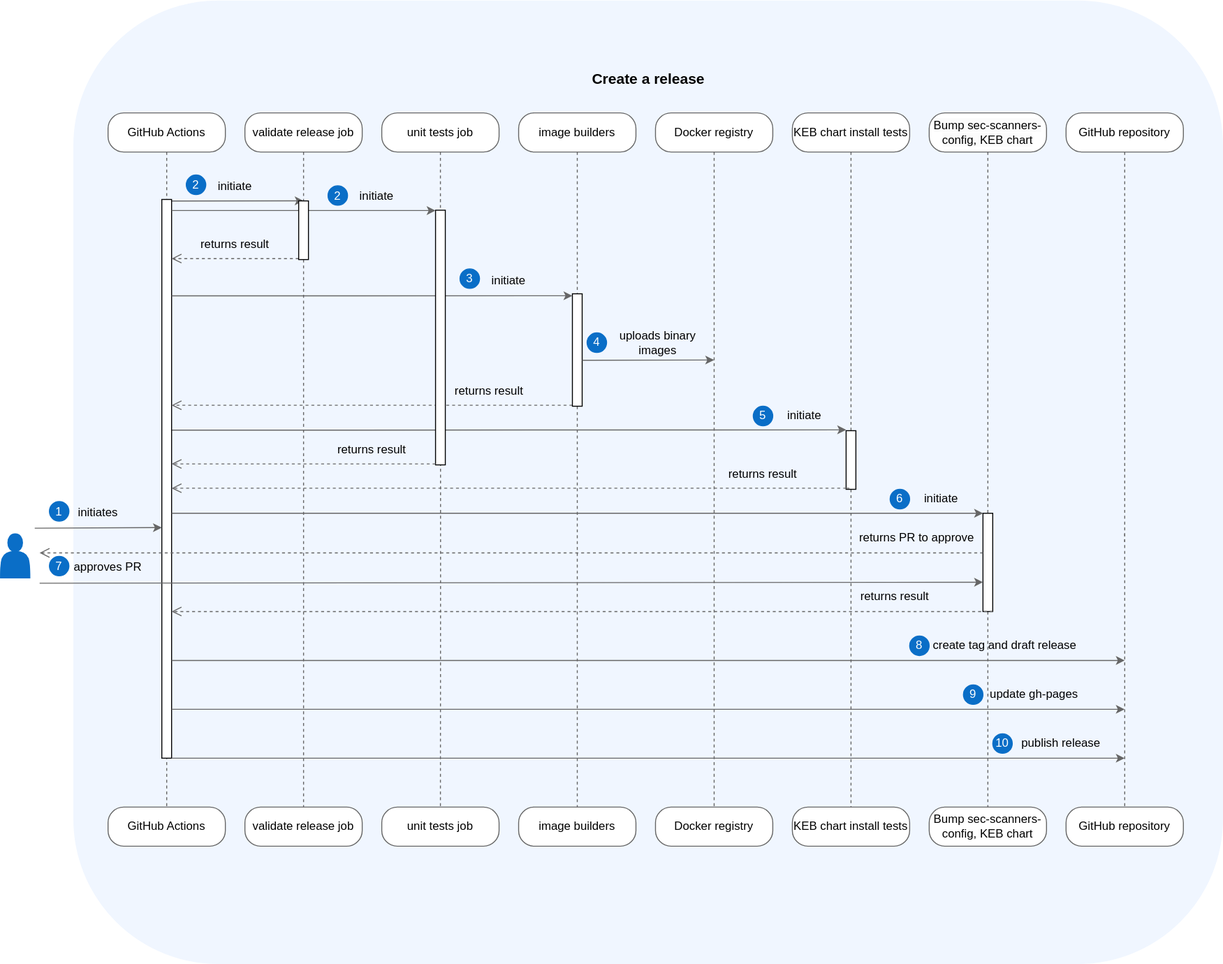
The draw.io diagram docs/assets/release.drawio.svg in ukff/kyma-environment-broker, before a commit. Source tidied: cells renumbered, new cells last; positions are measured from the earlier drawing's top-left corner, leaving out a move shared by most shapes.
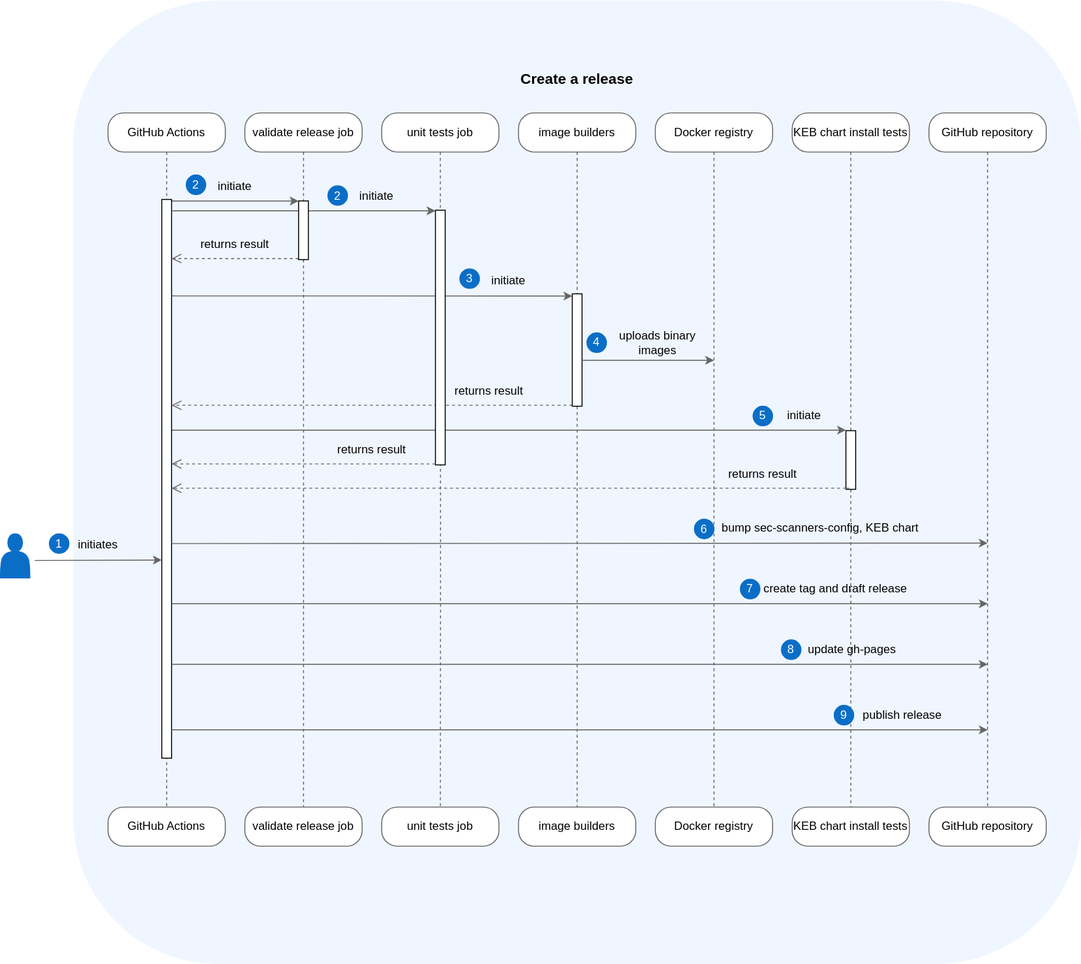
Above is the later version.

The edit, as a diff of the source:
```diff
@@ -3,7 +3,7 @@
     <mxCell id="0" />
     <mxCell id="1" parent="0" />
     <mxCell id="2" style="rounded=1;whiteSpace=wrap;html=1;fillColor=#f0f6ff;strokeColor=#f0f6ff;verticalAlign=bottom;" parent="1" vertex="1">
-      <mxGeometry x="75" y="-0.5" width="1175" height="984.5" as="geometry" />
+      <mxGeometry x="75" y="-0.5" width="1030" height="984.5" as="geometry" />
     </mxCell>
     <mxCell id="3" style="edgeStyle=orthogonalEdgeStyle;html=1;verticalAlign=bottom;endArrow=none;endSize=8;strokeColor=#666666;rounded=1;endFill=0;dashed=1;entryX=0.5;entryY=0;entryDx=0;entryDy=0;" parent="1" edge="1" target="8">
       <mxGeometry relative="1" as="geometry">
@@ -35,34 +35,20 @@
     <mxCell id="10" value="KEB chart install tests" style="rounded=1;whiteSpace=wrap;html=1;arcSize=40;fontColor=#000000;fillColor=#FFFFFF;strokeColor=#666666;" parent="1" vertex="1">
       <mxGeometry x="810" y="824" width="120" height="40" as="geometry" />
     </mxCell>
-    <mxCell id="11" value="&lt;meta charset=&quot;utf-8&quot;&gt;&lt;span style=&quot;color: rgb(0, 0, 0); font-family: Helvetica; font-size: 12px; font-style: normal; font-variant-ligatures: normal; font-variant-caps: normal; font-weight: 400; letter-spacing: normal; orphans: 2; text-align: center; text-indent: 0px; text-transform: none; widows: 2; word-spacing: 0px; -webkit-text-stroke-width: 0px; white-space: normal; background-color: rgb(251, 251, 251); text-decoration-thickness: initial; text-decoration-style: initial; text-decoration-color: initial; display: inline !important; float: none;&quot;&gt;Bump sec-scanners-config, KEB chart&lt;/span&gt;" style="rounded=1;whiteSpace=wrap;html=1;arcSize=40;fontColor=#000000;fillColor=#FFFFFF;strokeColor=#666666;" parent="1" vertex="1">
-      <mxGeometry x="950" y="114" width="120" height="40" as="geometry" />
-    </mxCell>
-    <mxCell id="12" style="edgeStyle=orthogonalEdgeStyle;html=1;verticalAlign=bottom;endArrow=none;endSize=8;strokeColor=#666666;rounded=1;entryX=0.5;entryY=0;entryDx=0;entryDy=0;endFill=0;dashed=1;" parent="1" edge="1" source="66" target="13">
-      <mxGeometry relative="1" as="geometry">
-        <Array as="points">
-          <mxPoint x="1010" y="724" />
-          <mxPoint x="1010" y="724" />
-        </Array>
-      </mxGeometry>
-    </mxCell>
-    <mxCell id="13" value="Bump sec-scanners-config, KEB chart" style="rounded=1;whiteSpace=wrap;html=1;arcSize=40;fontColor=#000000;fillColor=#FFFFFF;strokeColor=#666666;" parent="1" vertex="1">
-      <mxGeometry x="950" y="824" width="120" height="40" as="geometry" />
-    </mxCell>
     <mxCell id="14" value="&lt;div&gt;GitHub repository&lt;br&gt;&lt;/div&gt;" style="rounded=1;whiteSpace=wrap;html=1;arcSize=40;fontColor=#000000;fillColor=#FFFFFF;strokeColor=#666666;" parent="1" vertex="1">
-      <mxGeometry x="1090" y="114" width="120" height="40" as="geometry" />
+      <mxGeometry x="950" y="114" width="120" height="40" as="geometry" />
     </mxCell>
     <mxCell id="15" style="edgeStyle=orthogonalEdgeStyle;html=1;verticalAlign=bottom;endArrow=none;endSize=8;strokeColor=#666666;rounded=1;entryX=0.5;entryY=0;entryDx=0;entryDy=0;endFill=0;dashed=1;" parent="1" edge="1" target="16">
       <mxGeometry relative="1" as="geometry">
-        <mxPoint x="1150" y="544" as="sourcePoint" />
+        <mxPoint x="1010" y="544" as="sourcePoint" />
         <Array as="points">
-          <mxPoint x="1150" y="744" />
-          <mxPoint x="1150" y="744" />
+          <mxPoint x="1010" y="744" />
+          <mxPoint x="1010" y="744" />
         </Array>
       </mxGeometry>
     </mxCell>
     <mxCell id="16" value="GitHub repository" style="rounded=1;whiteSpace=wrap;html=1;arcSize=40;fontColor=#000000;fillColor=#FFFFFF;strokeColor=#666666;" parent="1" vertex="1">
-      <mxGeometry x="1090" y="824" width="120" height="40" as="geometry" />
+      <mxGeometry x="950" y="824" width="120" height="40" as="geometry" />
     </mxCell>
     <mxCell id="17" style="edgeStyle=elbowEdgeStyle;rounded=1;jettySize=auto;html=1;elbow=vertical;strokeColor=#666666;" parent="1" edge="1" target="64">
       <mxGeometry relative="1" as="geometry">
@@ -76,7 +62,7 @@
       </mxGeometry>
     </mxCell>
     <mxCell id="19" value="Create a release" style="text;html=1;strokeColor=none;fillColor=none;align=center;verticalAlign=middle;whiteSpace=wrap;rounded=0;fontSize=15;fontStyle=1;" parent="1" vertex="1">
-      <mxGeometry x="597.5" y="64" width="130" height="30" as="geometry" />
+      <mxGeometry x="525" y="64" width="130" height="30" as="geometry" />
     </mxCell>
     <mxCell id="20" value="initiate" style="text;html=1;strokeColor=none;fillColor=none;align=center;verticalAlign=middle;whiteSpace=wrap;rounded=0;" parent="1" vertex="1">
       <mxGeometry x="355" y="183.5" width="60" height="30" as="geometry" />
@@ -135,17 +121,11 @@
       </mxGeometry>
     </mxCell>
     <mxCell id="33" value="initiates" style="text;html=1;strokeColor=none;fillColor=none;align=center;verticalAlign=middle;whiteSpace=wrap;rounded=0;" parent="1" vertex="1">
-      <mxGeometry x="70" y="508" width="60" height="30" as="geometry" />
+      <mxGeometry x="70" y="541" width="60" height="30" as="geometry" />
     </mxCell>
     <mxCell id="34" value="&lt;font color=&quot;#ffffff&quot;&gt;1&lt;/font&gt;" style="ellipse;whiteSpace=wrap;html=1;fillColor=#0a6ec7;strokeColor=#0a6ec7;" parent="1" vertex="1">
-      <mxGeometry x="50" y="511.5" width="20" height="20" as="geometry" />
+      <mxGeometry x="50" y="544.5" width="20" height="20" as="geometry" />
     </mxCell>
-    <mxCell id="35" value="approves PR" style="text;html=1;strokeColor=none;fillColor=none;align=center;verticalAlign=middle;whiteSpace=wrap;rounded=0;" parent="1" vertex="1">
-      <mxGeometry x="70" y="564" width="80" height="30" as="geometry" />
-    </mxCell>
-    <mxCell id="36" value="&lt;font color=&quot;#ffffff&quot;&gt;7&lt;/font&gt;" style="ellipse;whiteSpace=wrap;html=1;fillColor=#0a6ec7;strokeColor=#0a6ec7;" parent="1" vertex="1">
-      <mxGeometry x="50" y="567.5" width="20" height="20" as="geometry" />
-    </mxCell>
     <mxCell id="37" value="initiate" style="text;html=1;strokeColor=none;fillColor=none;align=center;verticalAlign=middle;whiteSpace=wrap;rounded=0;" parent="1" vertex="1">
       <mxGeometry x="800" y="408.5" width="45" height="30" as="geometry" />
     </mxCell>
@@ -163,27 +143,29 @@
         </Array>
       </mxGeometry>
     </mxCell>
-    <mxCell id="41" style="edgeStyle=elbowEdgeStyle;rounded=1;jettySize=auto;html=1;elbow=vertical;strokeColor=#666666;" parent="1" edge="1" target="66">
+    <mxCell id="41" style="edgeStyle=elbowEdgeStyle;rounded=1;orthogonalLoop=1;jettySize=auto;html=1;elbow=vertical;strokeColor=#666666;" parent="1" edge="1">
       <mxGeometry relative="1" as="geometry">
-        <mxPoint x="175" y="523.5" as="sourcePoint" />
+        <mxPoint x="175" y="554.5" as="sourcePoint" />
+        <mxPoint x="1010" y="554" as="targetPoint" />
         <Array as="points">
-          <mxPoint x="410" y="523.5" />
+          <mxPoint x="1050" y="554" />
         </Array>
       </mxGeometry>
     </mxCell>
-    <mxCell id="42" style="edgeStyle=elbowEdgeStyle;rounded=1;jettySize=auto;html=1;elbow=vertical;strokeColor=#666666;" parent="1" edge="1" source="27">
+    <mxCell id="42" style="edgeStyle=elbowEdgeStyle;rounded=1;orthogonalLoop=1;jettySize=auto;html=1;elbow=vertical;strokeColor=#666666;" parent="1" edge="1">
       <mxGeometry relative="1" as="geometry">
-        <mxPoint x="1150" y="774" as="targetPoint" />
+        <mxPoint x="175" y="745" as="sourcePoint" />
+        <mxPoint x="1010" y="745" as="targetPoint" />
         <Array as="points">
-          <mxPoint x="277.5" y="774" />
+          <mxPoint x="277.5" y="745" />
         </Array>
       </mxGeometry>
     </mxCell>
     <mxCell id="43" value="publish release" style="text;html=1;strokeColor=none;fillColor=none;align=center;verticalAlign=middle;whiteSpace=wrap;rounded=0;" parent="1" vertex="1">
-      <mxGeometry x="1030" y="744" width="110" height="30" as="geometry" />
+      <mxGeometry x="868" y="715" width="110" height="30" as="geometry" />
     </mxCell>
-    <mxCell id="44" value="&lt;font color=&quot;#ffffff&quot;&gt;10&lt;/font&gt;" style="ellipse;whiteSpace=wrap;html=1;fillColor=#0a6ec7;strokeColor=#0a6ec7;" parent="1" vertex="1">
-      <mxGeometry x="1015" y="749" width="20" height="20" as="geometry" />
+    <mxCell id="44" value="&lt;font color=&quot;#ffffff&quot;&gt;9&lt;/font&gt;" style="ellipse;whiteSpace=wrap;html=1;fillColor=#0a6ec7;strokeColor=#0a6ec7;" parent="1" vertex="1">
+      <mxGeometry x="853" y="720" width="20" height="20" as="geometry" />
     </mxCell>
     <mxCell id="45" value="image builders" style="rounded=1;whiteSpace=wrap;html=1;arcSize=40;fontColor=#000000;fillColor=#FFFFFF;strokeColor=#666666;" parent="1" vertex="1">
       <mxGeometry x="530" y="824" width="120" height="40" as="geometry" />
@@ -234,27 +216,28 @@
     </mxCell>
     <mxCell id="55" style="edgeStyle=orthogonalEdgeStyle;html=1;verticalAlign=bottom;endArrow=none;endSize=8;strokeColor=#666666;rounded=1;entryX=0.5;entryY=0;entryDx=0;entryDy=0;endFill=0;dashed=1;" parent="1" edge="1" source="14">
       <mxGeometry relative="1" as="geometry">
-        <mxPoint x="1150" y="553.5" as="targetPoint" />
+        <mxPoint x="1010" y="553.5" as="targetPoint" />
       </mxGeometry>
     </mxCell>
-    <mxCell id="56" style="edgeStyle=elbowEdgeStyle;rounded=1;jettySize=auto;html=1;elbow=vertical;strokeColor=#666666;" parent="1" edge="1" source="27">
+    <mxCell id="56" style="edgeStyle=elbowEdgeStyle;rounded=1;orthogonalLoop=1;jettySize=auto;html=1;elbow=vertical;strokeColor=#666666;" parent="1" edge="1">
       <mxGeometry relative="1" as="geometry">
-        <mxPoint x="1150" y="724" as="targetPoint" />
+        <mxPoint x="175" y="678" as="sourcePoint" />
+        <mxPoint x="1010" y="678" as="targetPoint" />
         <Array as="points">
-          <mxPoint x="277.5" y="724" />
+          <mxPoint x="277.5" y="678" />
         </Array>
       </mxGeometry>
     </mxCell>
     <mxCell id="57" value="update gh-pages" style="text;html=1;strokeColor=none;fillColor=none;align=center;verticalAlign=middle;whiteSpace=wrap;rounded=0;" parent="1" vertex="1">
-      <mxGeometry x="1000" y="694" width="115" height="30" as="geometry" />
+      <mxGeometry x="814" y="648" width="115" height="30" as="geometry" />
     </mxCell>
-    <mxCell id="58" value="&lt;font color=&quot;#ffffff&quot;&gt;9&lt;/font&gt;" style="ellipse;whiteSpace=wrap;html=1;fillColor=#0a6ec7;strokeColor=#0a6ec7;" parent="1" vertex="1">
-      <mxGeometry x="985" y="699" width="20" height="20" as="geometry" />
+    <mxCell id="58" value="&lt;font color=&quot;#ffffff&quot;&gt;8&lt;/font&gt;" style="ellipse;whiteSpace=wrap;html=1;fillColor=#0a6ec7;strokeColor=#0a6ec7;" parent="1" vertex="1">
+      <mxGeometry x="799" y="653" width="20" height="20" as="geometry" />
     </mxCell>
     <mxCell id="59" style="edgeStyle=elbowEdgeStyle;rounded=1;orthogonalLoop=1;jettySize=auto;html=1;elbow=vertical;strokeColor=#666666;" parent="1" edge="1">
       <mxGeometry relative="1" as="geometry">
-        <mxPoint x="35" y="538.8" as="sourcePoint" />
-        <mxPoint x="165" y="538.7" as="targetPoint" />
+        <mxPoint x="35" y="571.8" as="sourcePoint" />
+        <mxPoint x="165" y="571.7" as="targetPoint" />
       </mxGeometry>
     </mxCell>
     <mxCell id="60" style="edgeStyle=orthogonalEdgeStyle;html=1;verticalAlign=bottom;endArrow=none;endSize=8;strokeColor=#666666;rounded=1;endFill=0;dashed=1;" parent="1" edge="1" source="23" target="61">
@@ -279,12 +262,6 @@
     <mxCell id="64" style="html=1;points=[];perimeter=orthogonalPerimeter;outlineConnect=0;targetShapes=umlLifeline;portConstraint=eastwest;newEdgeStyle={&quot;edgeStyle&quot;:&quot;elbowEdgeStyle&quot;,&quot;elbow&quot;:&quot;vertical&quot;,&quot;curved&quot;:0,&quot;rounded&quot;:0};" parent="1" vertex="1">
       <mxGeometry x="305" y="204" width="10" height="60" as="geometry" />
     </mxCell>
-    <mxCell id="65" style="edgeStyle=orthogonalEdgeStyle;html=1;verticalAlign=bottom;endArrow=none;endSize=8;strokeColor=#666666;rounded=1;entryX=0.5;entryY=0;entryDx=0;entryDy=0;endFill=0;dashed=1;" parent="1" edge="1" source="11" target="66">
-      <mxGeometry relative="1" as="geometry" />
-    </mxCell>
-    <mxCell id="66" style="html=1;points=[];perimeter=orthogonalPerimeter;outlineConnect=0;targetShapes=umlLifeline;portConstraint=eastwest;newEdgeStyle={&quot;edgeStyle&quot;:&quot;elbowEdgeStyle&quot;,&quot;elbow&quot;:&quot;vertical&quot;,&quot;curved&quot;:0,&quot;rounded&quot;:0};" parent="1" vertex="1">
-      <mxGeometry x="1005" y="523.5" width="10" height="100.5" as="geometry" />
-    </mxCell>
     <mxCell id="67" style="edgeStyle=orthogonalEdgeStyle;html=1;verticalAlign=bottom;endArrow=none;endSize=8;strokeColor=#666666;rounded=1;endFill=0;dashed=1;entryX=0.5;entryY=0;entryDx=0;entryDy=0;exitX=0.5;exitY=1;exitDx=0;exitDy=0;" parent="1" edge="1" source="24" target="68">
       <mxGeometry relative="1" as="geometry" />
     </mxCell>
@@ -332,59 +309,26 @@
     <mxCell id="77" value="returns result" style="text;html=1;strokeColor=none;fillColor=none;align=center;verticalAlign=middle;whiteSpace=wrap;rounded=0;" parent="1" vertex="1">
       <mxGeometry x="340" y="444" width="80" height="30" as="geometry" />
     </mxCell>
-    <mxCell id="78" value="initiate" style="text;html=1;strokeColor=none;fillColor=none;align=center;verticalAlign=middle;whiteSpace=wrap;rounded=0;" parent="1" vertex="1">
-      <mxGeometry x="940" y="493.5" width="45" height="30" as="geometry" />
+    <mxCell id="78" value="bump sec-scanners-config, KEB chart" style="text;html=1;strokeColor=none;fillColor=none;align=center;verticalAlign=middle;whiteSpace=wrap;rounded=0;" parent="1" vertex="1">
+      <mxGeometry x="734" y="524" width="210" height="30" as="geometry" />
     </mxCell>
     <mxCell id="79" value="&lt;font color=&quot;#ffffff&quot;&gt;6&lt;/font&gt;" style="ellipse;whiteSpace=wrap;html=1;fillColor=#0a6ec7;strokeColor=#0a6ec7;" parent="1" vertex="1">
-      <mxGeometry x="910" y="499" width="20" height="20" as="geometry" />
+      <mxGeometry x="710" y="529.5" width="20" height="20" as="geometry" />
     </mxCell>
-    <mxCell id="80" style="html=1;verticalAlign=bottom;endArrow=open;endSize=8;edgeStyle=elbowEdgeStyle;elbow=vertical;rounded=1;dashed=1;strokeColor=#666666;exitX=1;exitY=1;exitDx=0;exitDy=0;" parent="1" edge="1" source="81">
-      <mxGeometry relative="1" as="geometry">
-        <mxPoint x="40" y="564" as="targetPoint" />
-        <Array as="points">
-          <mxPoint x="1000" y="564" />
-          <mxPoint x="1015.5" y="563.9" />
-        </Array>
-      </mxGeometry>
-    </mxCell>
-    <mxCell id="81" value="returns PR to approve" style="text;html=1;strokeColor=none;fillColor=none;align=center;verticalAlign=middle;whiteSpace=wrap;rounded=0;" parent="1" vertex="1">
-      <mxGeometry x="870" y="534" width="135" height="30" as="geometry" />
-    </mxCell>
-    <mxCell id="82" style="edgeStyle=elbowEdgeStyle;rounded=1;orthogonalLoop=1;jettySize=auto;html=1;elbow=vertical;strokeColor=#666666;" parent="1" edge="1">
-      <mxGeometry relative="1" as="geometry">
-        <mxPoint x="40" y="595" as="sourcePoint" />
-        <mxPoint x="1005" y="594.5" as="targetPoint" />
-        <Array as="points">
-          <mxPoint x="410" y="594" />
-        </Array>
-      </mxGeometry>
-    </mxCell>
-    <mxCell id="83" style="html=1;verticalAlign=bottom;endArrow=open;endSize=8;edgeStyle=elbowEdgeStyle;elbow=vertical;rounded=1;dashed=1;strokeColor=#666666;exitX=1;exitY=1;exitDx=0;exitDy=0;" parent="1" edge="1" target="27">
-      <mxGeometry relative="1" as="geometry">
-        <mxPoint x="1015" y="624" as="sourcePoint" />
-        <Array as="points">
-          <mxPoint x="1010" y="624" />
-          <mxPoint x="1025.5" y="623.9" />
-        </Array>
-      </mxGeometry>
-    </mxCell>
-    <mxCell id="84" value="returns result" style="text;html=1;strokeColor=none;fillColor=none;align=center;verticalAlign=middle;whiteSpace=wrap;rounded=0;" parent="1" vertex="1">
-      <mxGeometry x="875" y="594" width="80" height="30" as="geometry" />
-    </mxCell>
     <mxCell id="85" style="edgeStyle=elbowEdgeStyle;rounded=1;orthogonalLoop=1;jettySize=auto;html=1;elbow=vertical;strokeColor=#666666;" parent="1" edge="1">
       <mxGeometry relative="1" as="geometry">
-        <mxPoint x="175" y="674" as="sourcePoint" />
-        <mxPoint x="1150" y="674" as="targetPoint" />
+        <mxPoint x="175" y="616" as="sourcePoint" />
+        <mxPoint x="1010" y="616" as="targetPoint" />
         <Array as="points">
-          <mxPoint x="277.5" y="674" />
+          <mxPoint x="277.5" y="616" />
         </Array>
       </mxGeometry>
     </mxCell>
     <mxCell id="86" value="create tag and draft release" style="text;html=1;strokeColor=none;fillColor=none;align=center;verticalAlign=middle;whiteSpace=wrap;rounded=0;" parent="1" vertex="1">
-      <mxGeometry x="950" y="644" width="155" height="30" as="geometry" />
+      <mxGeometry x="777" y="586" width="155" height="30" as="geometry" />
     </mxCell>
-    <mxCell id="87" value="&lt;font color=&quot;#ffffff&quot;&gt;8&lt;/font&gt;" style="ellipse;whiteSpace=wrap;html=1;fillColor=#0a6ec7;strokeColor=#0a6ec7;" parent="1" vertex="1">
-      <mxGeometry x="930" y="649" width="20" height="20" as="geometry" />
+    <mxCell id="87" value="&lt;font color=&quot;#ffffff&quot;&gt;7&lt;/font&gt;" style="ellipse;whiteSpace=wrap;html=1;fillColor=#0a6ec7;strokeColor=#0a6ec7;" parent="1" vertex="1">
+      <mxGeometry x="757" y="591" width="20" height="20" as="geometry" />
     </mxCell>
   </root>
 </mxGraphModel>
```
